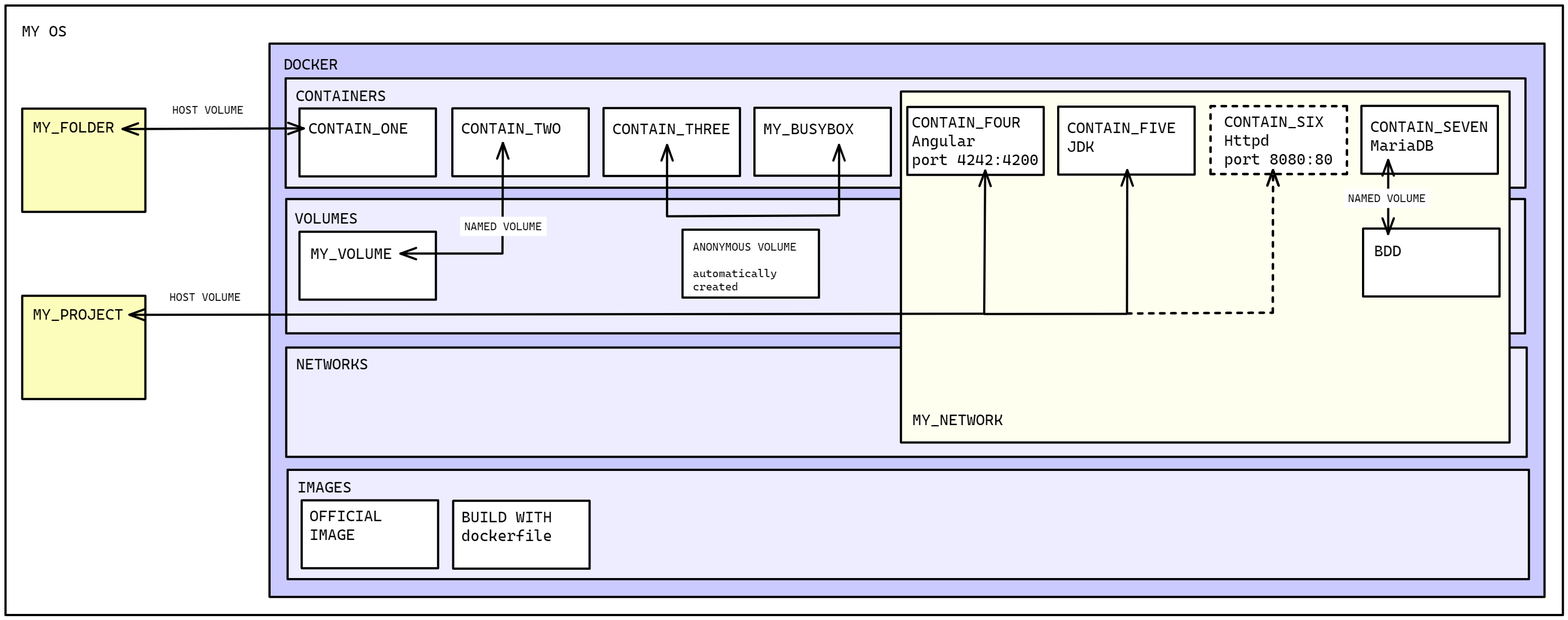
Above: docker_explained.png in joliDigi/notes_cours (Excalidraw), before the change. Source tidied: one line per element, renumbered; positions are measured from the earlier drawing's top-left corner, leaving out a move shared by most shapes.
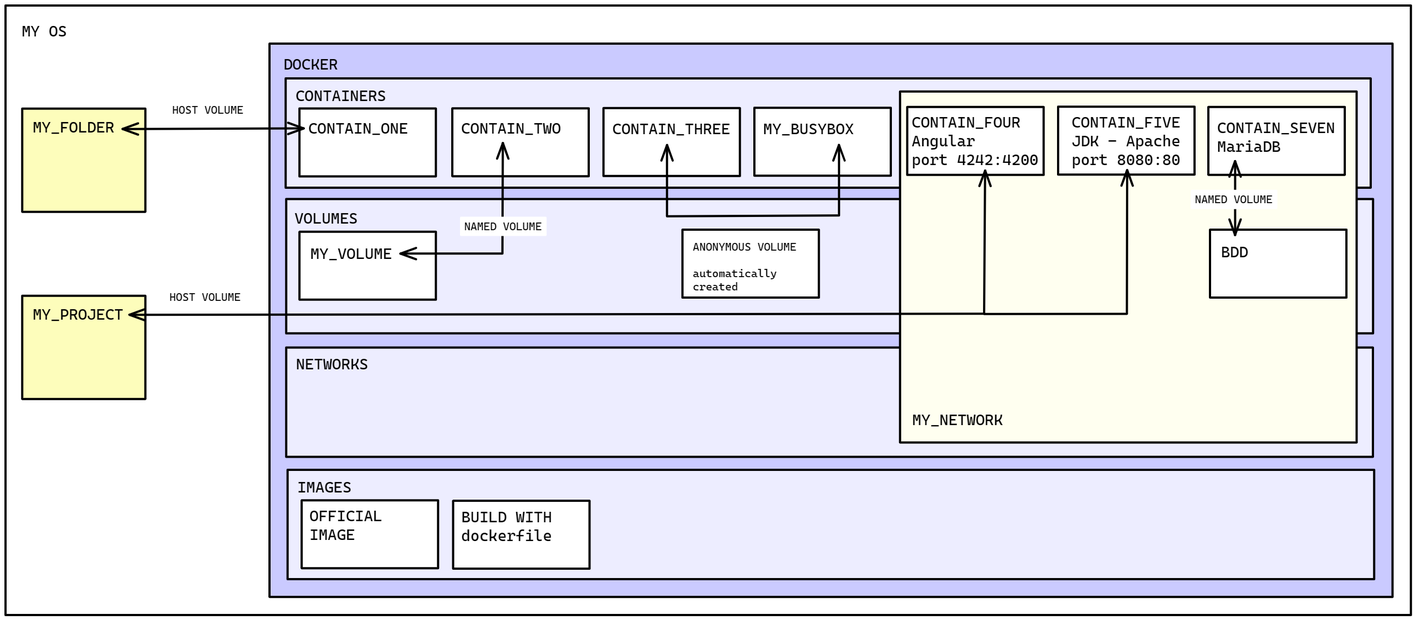
Later version of the same file.

Commit message:
docker schema corrected

Diff of the diagram source:
```diff
@@ -1,13 +1,13 @@
-{"id": 0, "type": "rectangle", "strokeColor": "#000000", "backgroundColor": "#fff", "fillStyle": "solid", "strokeWidth": 4, "roughness": 0, "x": 0, "y": 0, "width": 2820, "height": 1104}
+{"id": 0, "type": "rectangle", "strokeColor": "#000000", "backgroundColor": "#fff", "fillStyle": "solid", "strokeWidth": 4, "roughness": 0, "x": 0, "y": 0, "width": 2545, "height": 1104}
-{"id": 1, "type": "rectangle", "strokeColor": "#000000", "backgroundColor": "#cacaff", "fillStyle": "solid", "strokeWidth": 4, "roughness": 0, "x": 478, "y": 69, "width": 2308, "height": 1002}
+{"id": 1, "type": "rectangle", "strokeColor": "#000000", "backgroundColor": "#cacaff", "fillStyle": "solid", "strokeWidth": 4, "roughness": 0, "x": 478, "y": 69, "width": 2033, "height": 1002}
-{"id": 2, "type": "rectangle", "strokeColor": "#000000", "backgroundColor": "#ededff", "fillStyle": "solid", "strokeWidth": 4, "roughness": 0, "x": 507, "y": 132, "width": 2245, "height": 198}
+{"id": 2, "type": "rectangle", "strokeColor": "#000000", "backgroundColor": "#ededff", "fillStyle": "solid", "strokeWidth": 4, "roughness": 0, "x": 507, "y": 132, "width": 1965, "height": 198}
-{"id": 3, "type": "rectangle", "strokeColor": "#000000", "backgroundColor": "#ededff", "fillStyle": "solid", "strokeWidth": 4, "roughness": 0, "x": 511, "y": 841, "width": 2248, "height": 198}
+{"id": 3, "type": "rectangle", "strokeColor": "#000000", "backgroundColor": "#ededff", "fillStyle": "solid", "strokeWidth": 4, "roughness": 0, "x": 511, "y": 841, "width": 1968, "height": 198}
-{"id": 4, "type": "rectangle", "strokeColor": "#000000", "backgroundColor": "#ededff", "fillStyle": "solid", "strokeWidth": 4, "roughness": 0, "x": 508, "y": 620, "width": 2246, "height": 198}
+{"id": 4, "type": "rectangle", "strokeColor": "#000000", "backgroundColor": "#ededff", "fillStyle": "solid", "strokeWidth": 4, "roughness": 0, "x": 508, "y": 620, "width": 1968, "height": 198}
 {"id": 5, "type": "text", "text": "MY OS", "strokeColor": "#000000", "strokeWidth": 4, "roughness": 0, "fontSize": 28, "fontFamily": 3, "x": 29, "y": 29, "width": 83, "height": 34}
 {"id": 6, "type": "text", "text": "DOCKER", "strokeColor": "#000000", "strokeWidth": 4, "roughness": 0, "fontSize": 28, "fontFamily": 3, "x": 503, "y": 89, "width": 99, "height": 34}
 {"id": 7, "type": "rectangle", "strokeColor": "#000000", "backgroundColor": "#fff", "fillStyle": "solid", "strokeWidth": 4, "roughness": 0, "x": 536, "y": 896, "width": 247, "height": 123}
 {"id": 8, "type": "text", "text": "OFFICIAL\nIMAGE", "strokeColor": "#000000", "strokeWidth": 4, "roughness": 0, "fontSize": 28, "fontFamily": 3, "x": 551, "y": 907, "width": 131, "height": 68}
-{"id": 9, "type": "rectangle", "strokeColor": "#000000", "backgroundColor": "#ededff", "fillStyle": "solid", "strokeWidth": 4, "roughness": 0, "x": 508, "y": 351, "width": 2243, "height": 243}
+{"id": 9, "type": "rectangle", "strokeColor": "#000000", "backgroundColor": "#ededff", "fillStyle": "solid", "strokeWidth": 4, "roughness": 0, "x": 508, "y": 351, "width": 1968, "height": 243}
 {"id": 10, "type": "rectangle", "strokeColor": "#000000", "backgroundColor": "#fff", "fillStyle": "solid", "strokeWidth": 4, "roughness": 0, "x": 532, "y": 410, "width": 247, "height": 123}
 {"id": 11, "type": "text", "text": "MY_VOLUME", "strokeColor": "#000000", "strokeWidth": 4, "roughness": 0, "fontSize": 28, "fontFamily": 3, "x": 552, "y": 432, "width": 149, "height": 34}
 {"id": 12, "type": "text", "text": "VOLUMES", "strokeColor": "#000000", "strokeWidth": 4, "roughness": 0, "fontSize": 28, "fontFamily": 3, "x": 523, "y": 368, "width": 116, "height": 34}
@@ -15,7 +15,7 @@
 {"id": 14, "type": "text", "text": "IMAGES", "strokeColor": "#000000", "strokeWidth": 4, "roughness": 0, "fontSize": 28, "fontFamily": 3, "x": 528, "y": 855, "width": 99, "height": 34}
 {"id": 15, "type": "rectangle", "strokeColor": "#000000", "backgroundColor": "#fdfdbb", "fillStyle": "solid", "strokeWidth": 4, "roughness": 0, "x": 30, "y": 187, "width": 223, "height": 187}
 {"id": 16, "type": "rectangle", "strokeColor": "#000000", "backgroundColor": "#fdfdbb", "fillStyle": "solid", "strokeWidth": 4, "roughness": 0, "x": 30, "y": 526, "width": 223, "height": 187}
-{"id": 17, "type": "rectangle", "strokeColor": "#000000", "backgroundColor": "#fffff0", "fillStyle": "solid", "strokeWidth": 4, "roughness": 0, "x": 1621, "y": 156, "width": 1102, "height": 636}
+{"id": 17, "type": "rectangle", "strokeColor": "#000000", "backgroundColor": "#fffff0", "fillStyle": "solid", "strokeWidth": 4, "roughness": 0, "x": 1620, "y": 156, "width": 827, "height": 636}
 {"id": 18, "type": "rectangle", "strokeColor": "#000000", "backgroundColor": "#fff", "fillStyle": "solid", "strokeWidth": 4, "roughness": 0, "x": 532, "y": 187, "width": 247, "height": 123}
 {"id": 19, "type": "rectangle", "strokeColor": "#000000", "backgroundColor": "#fff", "fillStyle": "solid", "strokeWidth": 4, "roughness": 0, "x": 809, "y": 186, "width": 247, "height": 123}
 {"id": 20, "type": "rectangle", "strokeColor": "#000000", "backgroundColor": "#fff", "fillStyle": "solid", "strokeWidth": 4, "roughness": 0, "x": 1083, "y": 186, "width": 247, "height": 123}
@@ -30,9 +30,8 @@
 {"id": 29, "type": "text", "text": "NAMED VOLUME", "strokeColor": "#000000", "strokeWidth": 4, "roughness": 0, "fontSize": 20, "fontFamily": 3, "x": 830, "y": 388, "width": 142, "height": 24}
 {"id": 30, "type": "text", "text": "MY_NETWORK", "strokeColor": "#000000", "strokeWidth": 4, "roughness": 0, "fontSize": 28, "fontFamily": 3, "x": 1642, "y": 733, "width": 165, "height": 34}
 {"id": 31, "type": "rectangle", "strokeColor": "#000000", "backgroundColor": "#fff", "fillStyle": "solid", "strokeWidth": 4, "roughness": 0, "x": 1633, "y": 184, "width": 247, "height": 123}
-{"id": 32, "type": "rectangle", "strokeColor": "#000000", "backgroundColor": "#fff", "fillStyle": "solid", "strokeWidth": 4, "strokeStyle": "dashed", "roughness": 0, "x": 2182, "y": 182, "width": 247, "height": 123}
 {"id": 33, "type": "rectangle", "strokeColor": "#000000", "backgroundColor": "#fff", "fillStyle": "solid", "strokeWidth": 4, "roughness": 0, "x": 1906, "y": 183, "width": 247, "height": 123}
-{"id": 34, "type": "rectangle", "strokeColor": "#000000", "backgroundColor": "#fff", "fillStyle": "solid", "strokeWidth": 4, "roughness": 0, "x": 2455, "y": 182, "width": 247, "height": 123}
+{"id": 34, "type": "rectangle", "strokeColor": "#000000", "backgroundColor": "#fff", "fillStyle": "solid", "strokeWidth": 4, "roughness": 0, "x": 2178, "y": 184, "width": 247, "height": 123}
 {"id": 35, "type": "arrow", "strokeColor": "#000000", "strokeWidth": 4, "roughness": 0, "startArrowhead": "arrow", "endArrowhead": "arrow", "from": 39, "to": 40, "x": 1198, "y": 253, "width": 311, "height": 129, "points": [[0, 0], [0, 129], [311, 127], [311, 0]]}
 {"id": 36, "type": "text", "text": "BUILD WITH\ndockerfile", "strokeColor": "#000000", "strokeWidth": 4, "roughness": 0, "fontSize": 28, "fontFamily": 3, "x": 825, "y": 909, "width": 165, "height": 68}
 {"id": 37, "type": "text", "text": "CONTAIN_ONE", "strokeColor": "#000000", "strokeWidth": 4, "roughness": 0, "fontSize": 28, "fontFamily": 3, "x": 548, "y": 205, "width": 181, "height": 34}
@@ -40,18 +39,16 @@
 {"id": 39, "type": "text", "text": "CONTAIN_THREE", "strokeColor": "#000000", "strokeWidth": 4, "roughness": 0, "fontSize": 28, "fontFamily": 3, "x": 1099, "y": 206, "width": 214, "height": 34}
 {"id": 40, "type": "text", "text": "MY_BUSYBOX", "strokeColor": "#000000", "strokeWidth": 4, "roughness": 0, "fontSize": 28, "fontFamily": 3, "x": 1372, "y": 206, "width": 165, "height": 34}
 {"id": 41, "type": "text", "text": "CONTAIN_FOUR\nAngular\nport 4242:4200", "strokeColor": "#000000", "strokeWidth": 4, "roughness": 0, "fontSize": 28, "fontFamily": 3, "x": 1641, "y": 194, "width": 231, "height": 102}
-{"id": 42, "type": "text", "text": "CONTAIN_SIX\nHttpd\nport 8080:80", "strokeColor": "#000000", "strokeWidth": 4, "strokeStyle": "dashed", "roughness": 0, "fontSize": 28, "fontFamily": 3, "x": 2206, "y": 193, "width": 198, "height": 102}
-{"id": 43, "type": "text", "text": "CONTAIN_FIVE\nJDK", "strokeColor": "#000000", "strokeWidth": 4, "roughness": 0, "fontSize": 28, "fontFamily": 3, "x": 1922, "y": 204, "width": 197, "height": 68}
+{"id": 43, "type": "text", "text": "CONTAIN_FIVE\nJDK - Apache\nport 8080:80", "strokeColor": "#000000", "strokeWidth": 4, "roughness": 0, "fontSize": 28, "fontFamily": 3, "x": 1930, "y": 194, "width": 198, "height": 102}
-{"id": 44, "type": "text", "text": "CONTAIN_SEVEN\nMariaDB", "strokeColor": "#000000", "strokeWidth": 4, "strokeStyle": "dashed", "roughness": 0, "fontSize": 28, "fontFamily": 3, "x": 2471, "y": 202, "width": 213, "height": 68}
+{"id": 44, "type": "text", "text": "CONTAIN_SEVEN\nMariaDB", "strokeColor": "#000000", "strokeWidth": 4, "strokeStyle": "dashed", "roughness": 0, "fontSize": 28, "fontFamily": 3, "x": 2194, "y": 204, "width": 213, "height": 68}
 {"id": 45, "type": "text", "text": "MY_FOLDER", "strokeColor": "#000000", "strokeWidth": 4, "roughness": 0, "fontSize": 28, "fontFamily": 3, "x": 49, "y": 203, "width": 149, "height": 34}
 {"id": 46, "type": "text", "text": "MY_PROJECT", "strokeColor": "#000000", "strokeWidth": 4, "roughness": 0, "fontSize": 28, "fontFamily": 3, "x": 49, "y": 542, "width": 165, "height": 34}
 {"id": 47, "type": "text", "text": "CONTAINERS", "strokeColor": "#000000", "strokeWidth": 4, "roughness": 0, "fontSize": 28, "fontFamily": 3, "x": 525, "y": 146, "width": 165, "height": 34}
 {"id": 48, "type": "arrow", "strokeColor": "#000", "backgroundColor": "#fff", "fillStyle": "solid", "strokeWidth": 4, "roughness": 0, "startArrowhead": "arrow", "endArrowhead": "arrow", "from": 37, "to": 45, "x": 540, "y": 223, "width": 328, "height": 1, "points": [[0, 0], [-328, 1]]}
-{"id": 49, "type": "rectangle", "strokeColor": "#000000", "backgroundColor": "#fff", "fillStyle": "solid", "strokeWidth": 4, "roughness": 0, "x": 2458, "y": 404, "width": 247, "height": 123}
+{"id": 49, "type": "rectangle", "strokeColor": "#000000", "backgroundColor": "#fff", "fillStyle": "solid", "strokeWidth": 4, "roughness": 0, "x": 2181, "y": 406, "width": 247, "height": 123}
-{"id": 50, "type": "text", "text": "BDD", "strokeColor": "#000000", "strokeWidth": 4, "roughness": 0, "fontSize": 28, "fontFamily": 3, "x": 2478, "y": 427, "width": 50, "height": 34}
+{"id": 50, "type": "text", "text": "BDD", "strokeColor": "#000000", "strokeWidth": 4, "roughness": 0, "fontSize": 28, "fontFamily": 3, "x": 2201, "y": 429, "width": 50, "height": 34}
 {"id": 51, "type": "arrow", "strokeColor": "#000", "backgroundColor": "#fff", "fillStyle": "solid", "strokeWidth": 4, "roughness": 0, "startArrowhead": "arrow", "endArrowhead": "arrow", "from": 46, "to": 41, "x": 224, "y": 560, "width": 1549, "height": 261, "points": [[0, 0], [1547, -2], [1549, -261]]}
 {"id": 52, "type": "arrow", "strokeColor": "#000", "backgroundColor": "#fff", "fillStyle": "solid", "strokeWidth": 4, "roughness": 0, "endArrowhead": "arrow", "x": 1772, "y": 559, "width": 259, "height": 260, "points": [[0, 0], [259, 0], [259, -260]]}
-{"id": 53, "type": "arrow", "strokeColor": "#000", "backgroundColor": "#fff", "fillStyle": "solid", "strokeWidth": 4, "strokeStyle": "dashed", "roughness": 0, "endArrowhead": "arrow", "to": 42, "x": 2031, "y": 558, "width": 264, "height": 260, "points": [[0, 0], [264, -1], [264, -260]]}
-{"id": 54, "type": "arrow", "strokeColor": "#000", "backgroundColor": "#fff", "fillStyle": "solid", "strokeWidth": 4, "roughness": 0, "startArrowhead": "arrow", "endArrowhead": "arrow", "from": 50, "to": 44, "x": 2503, "y": 414, "width": 0, "height": 134, "points": [[0, 0], [0, -134]]}
+{"id": 54, "type": "arrow", "strokeColor": "#000", "backgroundColor": "#fff", "fillStyle": "solid", "strokeWidth": 4, "roughness": 0, "startArrowhead": "arrow", "endArrowhead": "arrow", "from": 50, "to": 44, "x": 2226, "y": 416, "width": 0, "height": 134, "points": [[0, 0], [0, -134]]}
-{"id": 55, "type": "rectangle", "strokeColor": "#fff", "backgroundColor": "#fff", "fillStyle": "solid", "strokeWidth": 4, "roughness": 0, "x": 2425, "y": 334, "width": 153, "height": 31}
+{"id": 55, "type": "rectangle", "strokeColor": "#fff", "backgroundColor": "#fff", "fillStyle": "solid", "strokeWidth": 4, "roughness": 0, "x": 2148, "y": 336, "width": 153, "height": 31}
-{"id": 56, "type": "text", "text": "NAMED VOLUME", "strokeColor": "#000000", "strokeWidth": 4, "roughness": 0, "fontSize": 20, "fontFamily": 3, "x": 2431, "y": 337, "width": 142, "height": 24}
+{"id": 56, "type": "text", "text": "NAMED VOLUME", "strokeColor": "#000000", "strokeWidth": 4, "roughness": 0, "fontSize": 20, "fontFamily": 3, "x": 2154, "y": 339, "width": 142, "height": 24}
```
